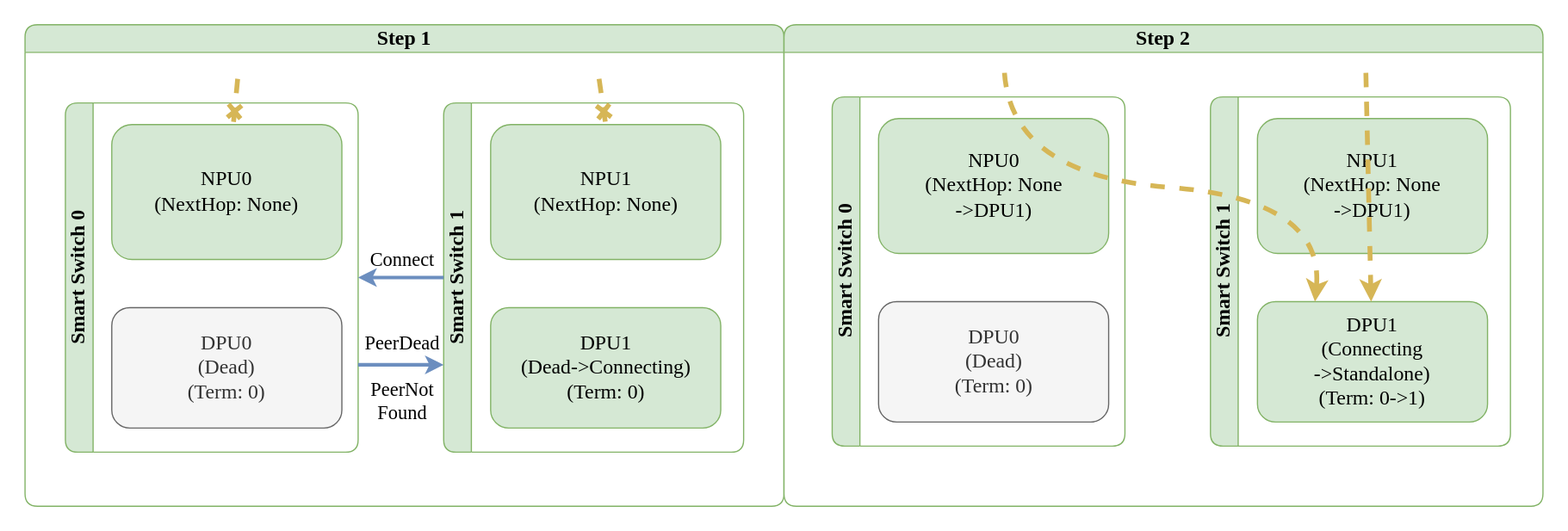
Before: doc/smart-switch/high-availability/images/ha-planned-events-launch-timeout.svg, a diagram exported from draw.io (sonic-net/SONiC). Source tidied: cells renumbered, new cells last; positions are measured from the earlier drawing's top-left corner, leaving out a move shared by most shapes. Its diagram source:
```xml
<mxGraphModel>
  <root>
    <mxCell id="0" />
    <mxCell id="1" parent="0" />
    <mxCell id="2" value="Step 1" style="swimlane;horizontal=1;whiteSpace=wrap;html=1;rounded=1;labelBorderColor=none;strokeColor=#82b366;fontFamily=Consolas;fontSize=17;startSize=23;fillColor=#d5e8d4;swimlaneFillColor=#FFFFFF;" parent="1" vertex="1">
      <mxGeometry width="630" height="400" as="geometry" />
    </mxCell>
    <mxCell id="3" value="Smart Switch 0" style="swimlane;horizontal=0;whiteSpace=wrap;html=1;rounded=1;labelBorderColor=none;strokeColor=#82b366;fontFamily=Consolas;fontSize=17;startSize=23;fillColor=#d5e8d4;swimlaneFillColor=#FFFFFF;" parent="2" vertex="1">
      <mxGeometry x="33.5" y="65" width="243" height="290" as="geometry" />
    </mxCell>
    <mxCell id="4" value="NPU0&lt;br style=&quot;font-size: 17px;&quot;&gt;(NextHop: None)" style="rounded=1;whiteSpace=wrap;html=1;strokeColor=#82b366;fontFamily=Consolas;fontSize=17;startSize=23;fillColor=#d5e8d4;" parent="3" vertex="1">
      <mxGeometry x="38.5" y="18" width="191" height="112" as="geometry" />
    </mxCell>
    <mxCell id="5" value="DPU0&lt;br style=&quot;border-color: var(--border-color); font-size: 17px;&quot;&gt;(Dead)&lt;br style=&quot;border-color: var(--border-color); font-size: 17px;&quot;&gt;(Term: 0)" style="rounded=1;whiteSpace=wrap;html=1;strokeColor=#666666;fontFamily=Consolas;fontSize=17;startSize=23;fillColor=#f5f5f5;fontColor=#333333;" parent="3" vertex="1">
      <mxGeometry x="38.5" y="170" width="191" height="100" as="geometry" />
    </mxCell>
    <mxCell id="6" value="Smart Switch 1" style="swimlane;horizontal=0;whiteSpace=wrap;html=1;rounded=1;labelBorderColor=none;strokeColor=#82b366;fontFamily=Consolas;fontSize=17;startSize=23;fillColor=#d5e8d4;swimlaneFillColor=#FFFFFF;" parent="2" vertex="1">
      <mxGeometry x="347.5" y="65" width="249" height="290" as="geometry" />
    </mxCell>
    <mxCell id="7" value="NPU1&lt;br style=&quot;font-size: 17px;&quot;&gt;(NextHop: None)" style="rounded=1;whiteSpace=wrap;html=1;strokeColor=#82b366;fontFamily=Consolas;fontSize=17;startSize=23;fillColor=#d5e8d4;" parent="6" vertex="1">
      <mxGeometry x="39" y="18" width="191" height="112" as="geometry" />
    </mxCell>
    <mxCell id="8" value="DPU1&lt;br style=&quot;border-color: var(--border-color); font-size: 17px;&quot;&gt;(Dead-&amp;gt;Connecting)&lt;br style=&quot;border-color: var(--border-color); font-size: 17px;&quot;&gt;(Term: 0)" style="rounded=1;whiteSpace=wrap;html=1;strokeColor=#82b366;fontFamily=Consolas;fontSize=17;startSize=23;fillColor=#d5e8d4;" parent="6" vertex="1">
      <mxGeometry x="39" y="170" width="191" height="100" as="geometry" />
    </mxCell>
    <mxCell id="9" value="Connect" style="endArrow=none;startArrow=classic;html=1;exitX=1;exitY=0.5;exitDx=0;exitDy=0;entryX=0;entryY=0.5;entryDx=0;entryDy=0;fillColor=#dae8fc;strokeColor=#6c8ebf;strokeWidth=3;fontFamily=Consolas;fontSize=16;startFill=1;endFill=0;labelBackgroundColor=none;rounded=0;" parent="2" edge="1" source="3" target="6">
      <mxGeometry x="0.01" y="15" relative="1" as="geometry" />
    </mxCell>
    <mxCell id="10" style="curved=1;endArrow=cross;html=1;rounded=0;fillColor=#fff2cc;strokeColor=#d6b656;strokeWidth=4;dashed=1;endFill=0;fontFamily=Consolas;fontSize=17;" parent="2" edge="1" target="4">
      <mxGeometry relative="1" as="geometry">
        <mxPoint x="176.5" y="45" as="sourcePoint" />
      </mxGeometry>
    </mxCell>
    <mxCell id="11" style="curved=1;endArrow=cross;html=1;rounded=0;entryX=0.5;entryY=0;entryDx=0;entryDy=0;fillColor=#fff2cc;strokeColor=#d6b656;strokeWidth=4;dashed=1;endFill=0;fontFamily=Consolas;fontSize=17;" parent="2" edge="1" target="7">
      <mxGeometry relative="1" as="geometry">
        <mxPoint x="476.5" y="45" as="sourcePoint" />
      </mxGeometry>
    </mxCell>
    <mxCell id="12" value="PeerDead&lt;br style=&quot;font-size: 16px;&quot;&gt;&lt;br style=&quot;font-size: 16px;&quot;&gt;PeerNot&lt;br style=&quot;font-size: 16px;&quot;&gt;Found" style="endArrow=none;startArrow=classic;html=1;exitX=0;exitY=0.75;exitDx=0;exitDy=0;entryX=1;entryY=0.75;entryDx=0;entryDy=0;fillColor=#dae8fc;strokeColor=#6c8ebf;strokeWidth=3;fontFamily=Consolas;fontSize=16;startFill=1;endFill=0;labelBackgroundColor=none;curved=1;" parent="2" edge="1" source="6" target="3">
      <mxGeometry x="-0.01" y="10" relative="1" as="geometry" />
    </mxCell>
    <mxCell id="13" value="Step 2" style="swimlane;horizontal=1;whiteSpace=wrap;html=1;rounded=1;labelBorderColor=none;strokeColor=#82b366;fontFamily=Consolas;fontSize=17;startSize=23;fillColor=#d5e8d4;swimlaneFillColor=#FFFFFF;" parent="1" vertex="1">
      <mxGeometry x="630" width="630" height="400" as="geometry" />
    </mxCell>
    <mxCell id="14" value="Smart Switch 0" style="swimlane;horizontal=0;whiteSpace=wrap;html=1;rounded=1;labelBorderColor=none;strokeColor=#82b366;fontFamily=Consolas;fontSize=17;startSize=23;fillColor=#d5e8d4;swimlaneFillColor=#FFFFFF;" parent="13" vertex="1">
      <mxGeometry x="40" y="60" width="243" height="290" as="geometry" />
    </mxCell>
    <mxCell id="15" value="NPU0&lt;br style=&quot;font-size: 17px;&quot;&gt;(NextHop: None&lt;br style=&quot;font-size: 17px;&quot;&gt;-&amp;gt;DPU1)" style="rounded=1;whiteSpace=wrap;html=1;strokeColor=#82b366;fontFamily=Consolas;fontSize=17;startSize=23;fillColor=#d5e8d4;" parent="14" vertex="1">
      <mxGeometry x="38.5" y="18" width="191" height="112" as="geometry" />
    </mxCell>
    <mxCell id="16" value="DPU0&lt;br style=&quot;border-color: var(--border-color); font-size: 17px;&quot;&gt;(Dead)&lt;br style=&quot;border-color: var(--border-color); font-size: 17px;&quot;&gt;(Term: 0)" style="rounded=1;whiteSpace=wrap;html=1;strokeColor=#666666;fontFamily=Consolas;fontSize=17;startSize=23;fillColor=#f5f5f5;fontColor=#333333;" parent="14" vertex="1">
      <mxGeometry x="38.5" y="170" width="191" height="100" as="geometry" />
    </mxCell>
    <mxCell id="17" value="Smart Switch 1" style="swimlane;horizontal=0;whiteSpace=wrap;html=1;rounded=1;labelBorderColor=none;strokeColor=#82b366;fontFamily=Consolas;fontSize=17;startSize=23;fillColor=#d5e8d4;swimlaneFillColor=#FFFFFF;" parent="13" vertex="1">
      <mxGeometry x="354" y="60" width="249" height="290" as="geometry" />
    </mxCell>
    <mxCell id="18" value="NPU1&lt;br style=&quot;font-size: 17px;&quot;&gt;(NextHop: None&lt;br style=&quot;font-size: 17px;&quot;&gt;-&amp;gt;DPU1)" style="rounded=1;whiteSpace=wrap;html=1;strokeColor=#82b366;fontFamily=Consolas;fontSize=17;startSize=23;fillColor=#d5e8d4;" parent="17" vertex="1">
      <mxGeometry x="39" y="18" width="191" height="112" as="geometry" />
    </mxCell>
    <mxCell id="19" value="DPU1&lt;br style=&quot;border-color: var(--border-color); font-size: 17px;&quot;&gt;(Connecting&lt;br style=&quot;font-size: 17px;&quot;&gt;-&amp;gt;Standalone)&lt;br style=&quot;border-color: var(--border-color); font-size: 17px;&quot;&gt;(Term: 0-&amp;gt;1)" style="rounded=1;whiteSpace=wrap;html=1;strokeColor=#82b366;fontFamily=Consolas;fontSize=17;startSize=23;fillColor=#d5e8d4;" parent="17" vertex="1">
      <mxGeometry x="39" y="170" width="191" height="100" as="geometry" />
    </mxCell>
    <mxCell id="20" style="curved=1;endArrow=classic;html=1;rounded=0;fillColor=#fff2cc;strokeColor=#d6b656;strokeWidth=4;dashed=1;endFill=1;entryX=0.25;entryY=0;entryDx=0;entryDy=0;fontFamily=Consolas;fontSize=17;" parent="13" edge="1" target="19">
      <mxGeometry relative="1" as="geometry">
        <mxPoint x="183" y="40" as="sourcePoint" />
        <Array as="points">
          <mxPoint x="189" y="125" />
          <mxPoint x="449" y="145" />
        </Array>
      </mxGeometry>
    </mxCell>
    <mxCell id="21" style="curved=1;endArrow=classic;html=1;rounded=0;fillColor=#fff2cc;strokeColor=#d6b656;strokeWidth=4;dashed=1;endFill=1;fontFamily=Consolas;fontSize=17;" parent="13" edge="1" target="19">
      <mxGeometry relative="1" as="geometry">
        <mxPoint x="483" y="40" as="sourcePoint" />
      </mxGeometry>
    </mxCell>
  </root>
</mxGraphModel>
```
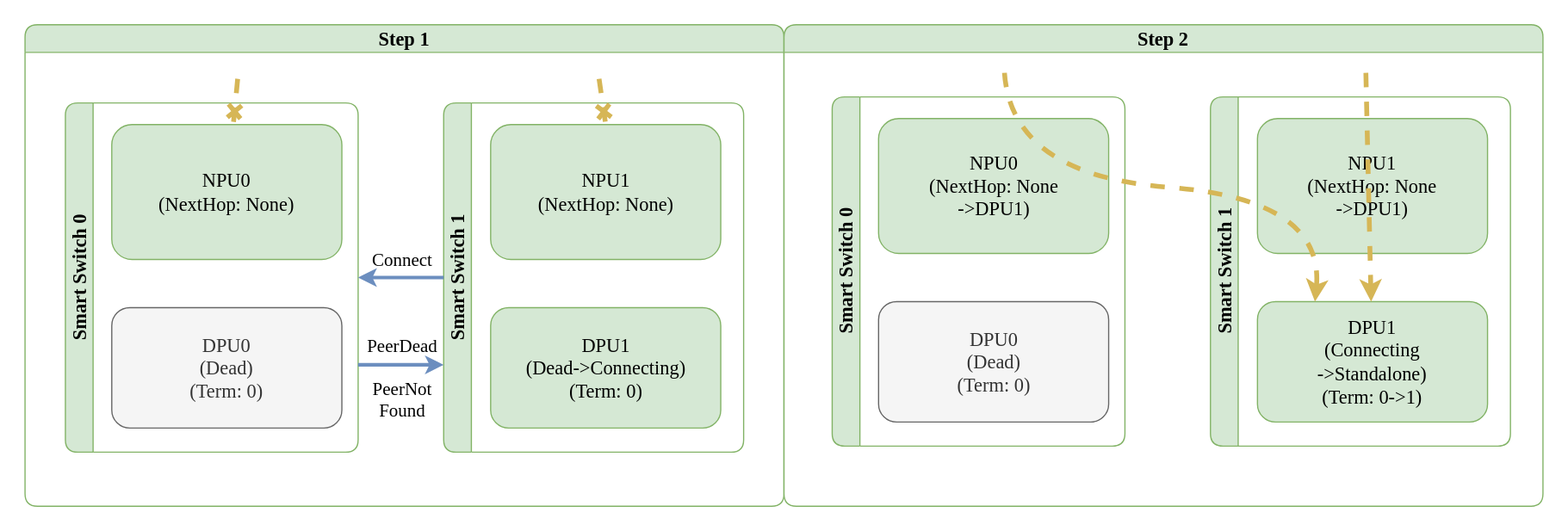
Above is the later version.

Change to the diagram source:
```diff
@@ -2,65 +2,65 @@
   <root>
     <mxCell id="0" />
     <mxCell id="1" parent="0" />
-    <mxCell id="2" value="Step 1" style="swimlane;horizontal=1;whiteSpace=wrap;html=1;rounded=1;labelBorderColor=none;strokeColor=#82b366;fontFamily=Consolas;fontSize=17;startSize=23;fillColor=#d5e8d4;swimlaneFillColor=#FFFFFF;" parent="1" vertex="1">
+    <mxCell id="2" value="Step 1" style="swimlane;horizontal=1;whiteSpace=wrap;html=1;rounded=1;labelBorderColor=none;strokeColor=#82b366;fontFamily=Monaco;fontSize=16;startSize=23;fillColor=#d5e8d4;swimlaneFillColor=#FFFFFF;" parent="1" vertex="1">
       <mxGeometry width="630" height="400" as="geometry" />
     </mxCell>
-    <mxCell id="3" value="Smart Switch 0" style="swimlane;horizontal=0;whiteSpace=wrap;html=1;rounded=1;labelBorderColor=none;strokeColor=#82b366;fontFamily=Consolas;fontSize=17;startSize=23;fillColor=#d5e8d4;swimlaneFillColor=#FFFFFF;" parent="2" vertex="1">
+    <mxCell id="3" value="Smart Switch 0" style="swimlane;horizontal=0;whiteSpace=wrap;html=1;rounded=1;labelBorderColor=none;strokeColor=#82b366;fontFamily=Monaco;fontSize=16;startSize=23;fillColor=#d5e8d4;swimlaneFillColor=#FFFFFF;" parent="2" vertex="1">
       <mxGeometry x="33.5" y="65" width="243" height="290" as="geometry" />
     </mxCell>
-    <mxCell id="4" value="NPU0&lt;br style=&quot;font-size: 17px;&quot;&gt;(NextHop: None)" style="rounded=1;whiteSpace=wrap;html=1;strokeColor=#82b366;fontFamily=Consolas;fontSize=17;startSize=23;fillColor=#d5e8d4;" parent="3" vertex="1">
+    <mxCell id="4" value="NPU0&lt;br style=&quot;font-size: 16px;&quot;&gt;(NextHop: None)" style="rounded=1;whiteSpace=wrap;html=1;strokeColor=#82b366;fontFamily=Monaco;fontSize=16;startSize=23;fillColor=#d5e8d4;" parent="3" vertex="1">
       <mxGeometry x="38.5" y="18" width="191" height="112" as="geometry" />
     </mxCell>
-    <mxCell id="5" value="DPU0&lt;br style=&quot;border-color: var(--border-color); font-size: 17px;&quot;&gt;(Dead)&lt;br style=&quot;border-color: var(--border-color); font-size: 17px;&quot;&gt;(Term: 0)" style="rounded=1;whiteSpace=wrap;html=1;strokeColor=#666666;fontFamily=Consolas;fontSize=17;startSize=23;fillColor=#f5f5f5;fontColor=#333333;" parent="3" vertex="1">
+    <mxCell id="5" value="DPU0&lt;br style=&quot;border-color: var(--border-color); font-size: 16px;&quot;&gt;(Dead)&lt;br style=&quot;border-color: var(--border-color); font-size: 16px;&quot;&gt;(Term: 0)" style="rounded=1;whiteSpace=wrap;html=1;strokeColor=#666666;fontFamily=Monaco;fontSize=16;startSize=23;fillColor=#f5f5f5;fontColor=#333333;" parent="3" vertex="1">
       <mxGeometry x="38.5" y="170" width="191" height="100" as="geometry" />
     </mxCell>
-    <mxCell id="6" value="Smart Switch 1" style="swimlane;horizontal=0;whiteSpace=wrap;html=1;rounded=1;labelBorderColor=none;strokeColor=#82b366;fontFamily=Consolas;fontSize=17;startSize=23;fillColor=#d5e8d4;swimlaneFillColor=#FFFFFF;" parent="2" vertex="1">
+    <mxCell id="6" value="Smart Switch 1" style="swimlane;horizontal=0;whiteSpace=wrap;html=1;rounded=1;labelBorderColor=none;strokeColor=#82b366;fontFamily=Monaco;fontSize=16;startSize=23;fillColor=#d5e8d4;swimlaneFillColor=#FFFFFF;" parent="2" vertex="1">
       <mxGeometry x="347.5" y="65" width="249" height="290" as="geometry" />
     </mxCell>
-    <mxCell id="7" value="NPU1&lt;br style=&quot;font-size: 17px;&quot;&gt;(NextHop: None)" style="rounded=1;whiteSpace=wrap;html=1;strokeColor=#82b366;fontFamily=Consolas;fontSize=17;startSize=23;fillColor=#d5e8d4;" parent="6" vertex="1">
+    <mxCell id="7" value="NPU1&lt;br style=&quot;font-size: 16px;&quot;&gt;(NextHop: None)" style="rounded=1;whiteSpace=wrap;html=1;strokeColor=#82b366;fontFamily=Monaco;fontSize=16;startSize=23;fillColor=#d5e8d4;" parent="6" vertex="1">
       <mxGeometry x="39" y="18" width="191" height="112" as="geometry" />
     </mxCell>
-    <mxCell id="8" value="DPU1&lt;br style=&quot;border-color: var(--border-color); font-size: 17px;&quot;&gt;(Dead-&amp;gt;Connecting)&lt;br style=&quot;border-color: var(--border-color); font-size: 17px;&quot;&gt;(Term: 0)" style="rounded=1;whiteSpace=wrap;html=1;strokeColor=#82b366;fontFamily=Consolas;fontSize=17;startSize=23;fillColor=#d5e8d4;" parent="6" vertex="1">
+    <mxCell id="8" value="DPU1&lt;br style=&quot;border-color: var(--border-color); font-size: 16px;&quot;&gt;(Dead-&amp;gt;Connecting)&lt;br style=&quot;border-color: var(--border-color); font-size: 16px;&quot;&gt;(Term: 0)" style="rounded=1;whiteSpace=wrap;html=1;strokeColor=#82b366;fontFamily=Monaco;fontSize=16;startSize=23;fillColor=#d5e8d4;" parent="6" vertex="1">
       <mxGeometry x="39" y="170" width="191" height="100" as="geometry" />
     </mxCell>
-    <mxCell id="9" value="Connect" style="endArrow=none;startArrow=classic;html=1;exitX=1;exitY=0.5;exitDx=0;exitDy=0;entryX=0;entryY=0.5;entryDx=0;entryDy=0;fillColor=#dae8fc;strokeColor=#6c8ebf;strokeWidth=3;fontFamily=Consolas;fontSize=16;startFill=1;endFill=0;labelBackgroundColor=none;rounded=0;" parent="2" edge="1" source="3" target="6">
+    <mxCell id="9" value="Connect" style="endArrow=none;startArrow=classic;html=1;exitX=1;exitY=0.5;exitDx=0;exitDy=0;entryX=0;entryY=0.5;entryDx=0;entryDy=0;fillColor=#dae8fc;strokeColor=#6c8ebf;strokeWidth=3;fontFamily=Monaco;fontSize=15;startFill=1;endFill=0;labelBackgroundColor=none;rounded=0;" parent="2" edge="1" source="3" target="6">
       <mxGeometry x="0.01" y="15" relative="1" as="geometry" />
     </mxCell>
-    <mxCell id="10" style="curved=1;endArrow=cross;html=1;rounded=0;fillColor=#fff2cc;strokeColor=#d6b656;strokeWidth=4;dashed=1;endFill=0;fontFamily=Consolas;fontSize=17;" parent="2" edge="1" target="4">
+    <mxCell id="10" style="curved=1;endArrow=cross;html=1;rounded=0;fillColor=#fff2cc;strokeColor=#d6b656;strokeWidth=4;dashed=1;endFill=0;fontFamily=Monaco;fontSize=16;" parent="2" edge="1" target="4">
       <mxGeometry relative="1" as="geometry">
         <mxPoint x="176.5" y="45" as="sourcePoint" />
       </mxGeometry>
     </mxCell>
-    <mxCell id="11" style="curved=1;endArrow=cross;html=1;rounded=0;entryX=0.5;entryY=0;entryDx=0;entryDy=0;fillColor=#fff2cc;strokeColor=#d6b656;strokeWidth=4;dashed=1;endFill=0;fontFamily=Consolas;fontSize=17;" parent="2" edge="1" target="7">
+    <mxCell id="11" style="curved=1;endArrow=cross;html=1;rounded=0;entryX=0.5;entryY=0;entryDx=0;entryDy=0;fillColor=#fff2cc;strokeColor=#d6b656;strokeWidth=4;dashed=1;endFill=0;fontFamily=Monaco;fontSize=16;" parent="2" edge="1" target="7">
       <mxGeometry relative="1" as="geometry">
         <mxPoint x="476.5" y="45" as="sourcePoint" />
       </mxGeometry>
     </mxCell>
-    <mxCell id="12" value="PeerDead&lt;br style=&quot;font-size: 16px;&quot;&gt;&lt;br style=&quot;font-size: 16px;&quot;&gt;PeerNot&lt;br style=&quot;font-size: 16px;&quot;&gt;Found" style="endArrow=none;startArrow=classic;html=1;exitX=0;exitY=0.75;exitDx=0;exitDy=0;entryX=1;entryY=0.75;entryDx=0;entryDy=0;fillColor=#dae8fc;strokeColor=#6c8ebf;strokeWidth=3;fontFamily=Consolas;fontSize=16;startFill=1;endFill=0;labelBackgroundColor=none;curved=1;" parent="2" edge="1" source="6" target="3">
+    <mxCell id="12" value="PeerDead&lt;br style=&quot;font-size: 15px;&quot;&gt;&lt;br style=&quot;font-size: 15px;&quot;&gt;PeerNot&lt;br style=&quot;font-size: 15px;&quot;&gt;Found" style="endArrow=none;startArrow=classic;html=1;exitX=0;exitY=0.75;exitDx=0;exitDy=0;entryX=1;entryY=0.75;entryDx=0;entryDy=0;fillColor=#dae8fc;strokeColor=#6c8ebf;strokeWidth=3;fontFamily=Monaco;fontSize=15;startFill=1;endFill=0;labelBackgroundColor=none;curved=1;" parent="2" edge="1" source="6" target="3">
       <mxGeometry x="-0.01" y="10" relative="1" as="geometry" />
     </mxCell>
-    <mxCell id="13" value="Step 2" style="swimlane;horizontal=1;whiteSpace=wrap;html=1;rounded=1;labelBorderColor=none;strokeColor=#82b366;fontFamily=Consolas;fontSize=17;startSize=23;fillColor=#d5e8d4;swimlaneFillColor=#FFFFFF;" parent="1" vertex="1">
+    <mxCell id="13" value="Step 2" style="swimlane;horizontal=1;whiteSpace=wrap;html=1;rounded=1;labelBorderColor=none;strokeColor=#82b366;fontFamily=Monaco;fontSize=16;startSize=23;fillColor=#d5e8d4;swimlaneFillColor=#FFFFFF;" parent="1" vertex="1">
       <mxGeometry x="630" width="630" height="400" as="geometry" />
     </mxCell>
-    <mxCell id="14" value="Smart Switch 0" style="swimlane;horizontal=0;whiteSpace=wrap;html=1;rounded=1;labelBorderColor=none;strokeColor=#82b366;fontFamily=Consolas;fontSize=17;startSize=23;fillColor=#d5e8d4;swimlaneFillColor=#FFFFFF;" parent="13" vertex="1">
+    <mxCell id="14" value="Smart Switch 0" style="swimlane;horizontal=0;whiteSpace=wrap;html=1;rounded=1;labelBorderColor=none;strokeColor=#82b366;fontFamily=Monaco;fontSize=16;startSize=23;fillColor=#d5e8d4;swimlaneFillColor=#FFFFFF;" parent="13" vertex="1">
       <mxGeometry x="40" y="60" width="243" height="290" as="geometry" />
     </mxCell>
-    <mxCell id="15" value="NPU0&lt;br style=&quot;font-size: 17px;&quot;&gt;(NextHop: None&lt;br style=&quot;font-size: 17px;&quot;&gt;-&amp;gt;DPU1)" style="rounded=1;whiteSpace=wrap;html=1;strokeColor=#82b366;fontFamily=Consolas;fontSize=17;startSize=23;fillColor=#d5e8d4;" parent="14" vertex="1">
+    <mxCell id="15" value="NPU0&lt;br style=&quot;font-size: 16px;&quot;&gt;(NextHop: None&lt;br style=&quot;font-size: 16px;&quot;&gt;-&amp;gt;DPU1)" style="rounded=1;whiteSpace=wrap;html=1;strokeColor=#82b366;fontFamily=Monaco;fontSize=16;startSize=23;fillColor=#d5e8d4;" parent="14" vertex="1">
       <mxGeometry x="38.5" y="18" width="191" height="112" as="geometry" />
     </mxCell>
-    <mxCell id="16" value="DPU0&lt;br style=&quot;border-color: var(--border-color); font-size: 17px;&quot;&gt;(Dead)&lt;br style=&quot;border-color: var(--border-color); font-size: 17px;&quot;&gt;(Term: 0)" style="rounded=1;whiteSpace=wrap;html=1;strokeColor=#666666;fontFamily=Consolas;fontSize=17;startSize=23;fillColor=#f5f5f5;fontColor=#333333;" parent="14" vertex="1">
+    <mxCell id="16" value="DPU0&lt;br style=&quot;border-color: var(--border-color); font-size: 16px;&quot;&gt;(Dead)&lt;br style=&quot;border-color: var(--border-color); font-size: 16px;&quot;&gt;(Term: 0)" style="rounded=1;whiteSpace=wrap;html=1;strokeColor=#666666;fontFamily=Monaco;fontSize=16;startSize=23;fillColor=#f5f5f5;fontColor=#333333;" parent="14" vertex="1">
       <mxGeometry x="38.5" y="170" width="191" height="100" as="geometry" />
     </mxCell>
-    <mxCell id="17" value="Smart Switch 1" style="swimlane;horizontal=0;whiteSpace=wrap;html=1;rounded=1;labelBorderColor=none;strokeColor=#82b366;fontFamily=Consolas;fontSize=17;startSize=23;fillColor=#d5e8d4;swimlaneFillColor=#FFFFFF;" parent="13" vertex="1">
+    <mxCell id="17" value="Smart Switch 1" style="swimlane;horizontal=0;whiteSpace=wrap;html=1;rounded=1;labelBorderColor=none;strokeColor=#82b366;fontFamily=Monaco;fontSize=16;startSize=23;fillColor=#d5e8d4;swimlaneFillColor=#FFFFFF;" parent="13" vertex="1">
       <mxGeometry x="354" y="60" width="249" height="290" as="geometry" />
     </mxCell>
-    <mxCell id="18" value="NPU1&lt;br style=&quot;font-size: 17px;&quot;&gt;(NextHop: None&lt;br style=&quot;font-size: 17px;&quot;&gt;-&amp;gt;DPU1)" style="rounded=1;whiteSpace=wrap;html=1;strokeColor=#82b366;fontFamily=Consolas;fontSize=17;startSize=23;fillColor=#d5e8d4;" parent="17" vertex="1">
+    <mxCell id="18" value="NPU1&lt;br style=&quot;font-size: 16px;&quot;&gt;(NextHop: None&lt;br style=&quot;font-size: 16px;&quot;&gt;-&amp;gt;DPU1)" style="rounded=1;whiteSpace=wrap;html=1;strokeColor=#82b366;fontFamily=Monaco;fontSize=16;startSize=23;fillColor=#d5e8d4;" parent="17" vertex="1">
       <mxGeometry x="39" y="18" width="191" height="112" as="geometry" />
     </mxCell>
-    <mxCell id="19" value="DPU1&lt;br style=&quot;border-color: var(--border-color); font-size: 17px;&quot;&gt;(Connecting&lt;br style=&quot;font-size: 17px;&quot;&gt;-&amp;gt;Standalone)&lt;br style=&quot;border-color: var(--border-color); font-size: 17px;&quot;&gt;(Term: 0-&amp;gt;1)" style="rounded=1;whiteSpace=wrap;html=1;strokeColor=#82b366;fontFamily=Consolas;fontSize=17;startSize=23;fillColor=#d5e8d4;" parent="17" vertex="1">
+    <mxCell id="19" value="DPU1&lt;br style=&quot;border-color: var(--border-color); font-size: 16px;&quot;&gt;(Connecting&lt;br style=&quot;font-size: 16px;&quot;&gt;-&amp;gt;Standalone)&lt;br style=&quot;border-color: var(--border-color); font-size: 16px;&quot;&gt;(Term: 0-&amp;gt;1)" style="rounded=1;whiteSpace=wrap;html=1;strokeColor=#82b366;fontFamily=Monaco;fontSize=16;startSize=23;fillColor=#d5e8d4;" parent="17" vertex="1">
       <mxGeometry x="39" y="170" width="191" height="100" as="geometry" />
     </mxCell>
-    <mxCell id="20" style="curved=1;endArrow=classic;html=1;rounded=0;fillColor=#fff2cc;strokeColor=#d6b656;strokeWidth=4;dashed=1;endFill=1;entryX=0.25;entryY=0;entryDx=0;entryDy=0;fontFamily=Consolas;fontSize=17;" parent="13" edge="1" target="19">
+    <mxCell id="20" style="curved=1;endArrow=classic;html=1;rounded=0;fillColor=#fff2cc;strokeColor=#d6b656;strokeWidth=4;dashed=1;endFill=1;entryX=0.25;entryY=0;entryDx=0;entryDy=0;fontFamily=Monaco;fontSize=16;" parent="13" edge="1" target="19">
       <mxGeometry relative="1" as="geometry">
         <mxPoint x="183" y="40" as="sourcePoint" />
         <Array as="points">
@@ -69,7 +69,7 @@
         </Array>
       </mxGeometry>
     </mxCell>
-    <mxCell id="21" style="curved=1;endArrow=classic;html=1;rounded=0;fillColor=#fff2cc;strokeColor=#d6b656;strokeWidth=4;dashed=1;endFill=1;fontFamily=Consolas;fontSize=17;" parent="13" edge="1" target="19">
+    <mxCell id="21" style="curved=1;endArrow=classic;html=1;rounded=0;fillColor=#fff2cc;strokeColor=#d6b656;strokeWidth=4;dashed=1;endFill=1;fontFamily=Monaco;fontSize=16;" parent="13" edge="1" target="19">
       <mxGeometry relative="1" as="geometry">
         <mxPoint x="483" y="40" as="sourcePoint" />
       </mxGeometry>
```
